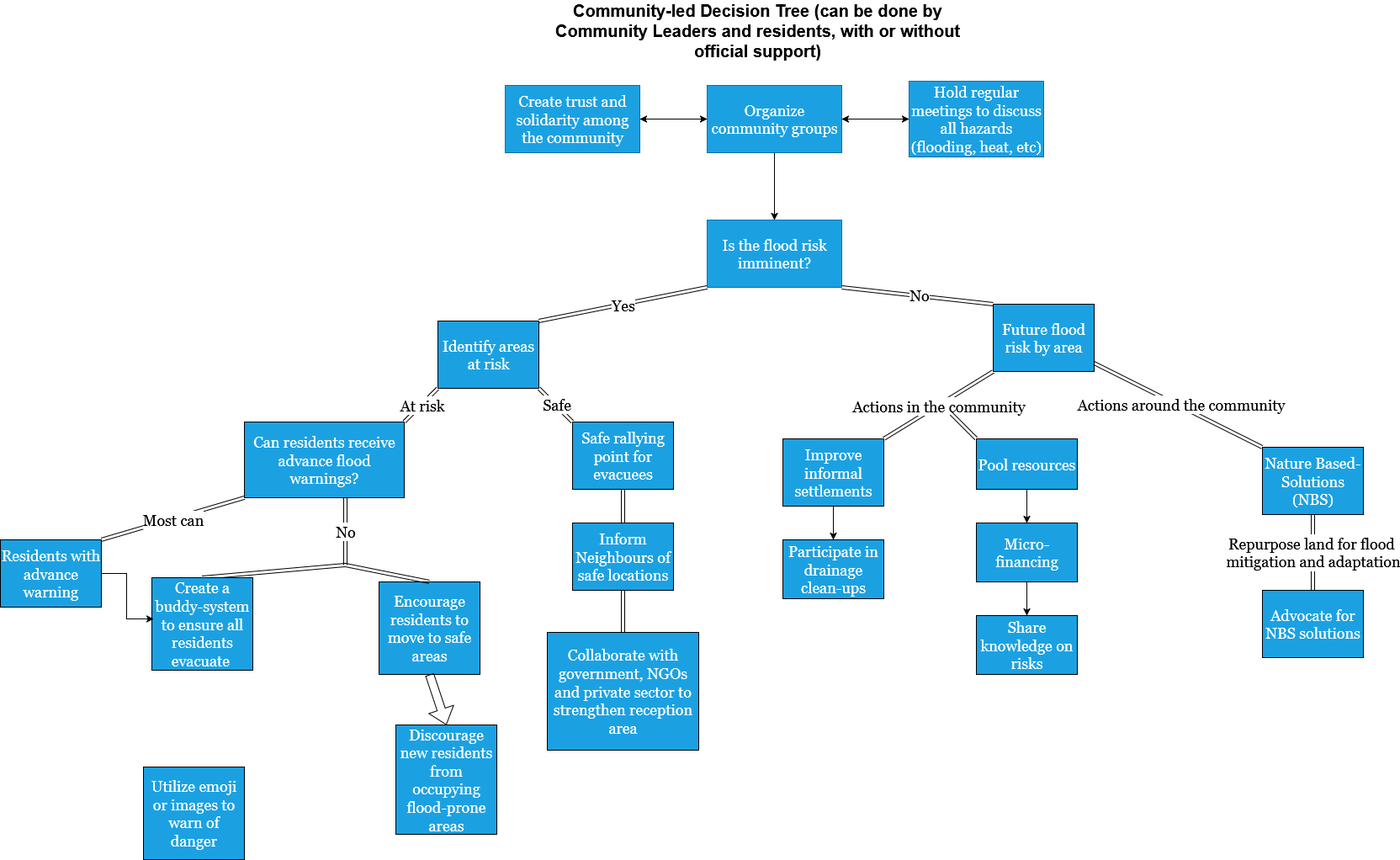
This is 5_results/team_maplebyte/public/flood_decision_trees_community_led.drawio.png from NickKellett/hackathon-g20-drr, a draw.io export, as it was before one commit. Source tidied: cells renumbered, new cells last; positions are measured from the earlier drawing's top-left corner, leaving out a move shared by most shapes.
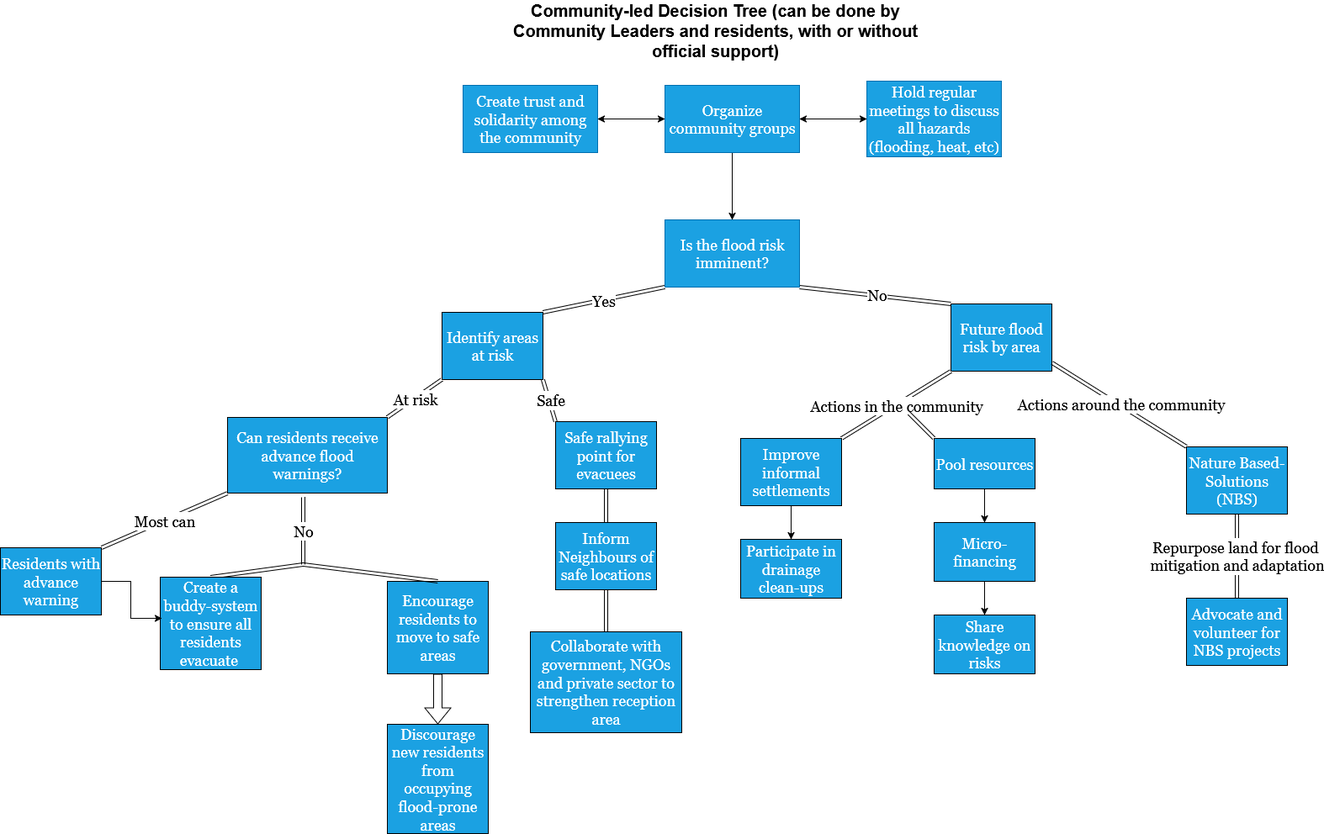
After the commit.

Commit message:
Update policy decision trees

The edit, as a diff of the source:
```diff
@@ -3,7 +3,7 @@
     <mxCell id="0" />
     <mxCell id="1" parent="0" />
     <mxCell id="2" value="Identify areas at risk" style="rounded=0;whiteSpace=wrap;html=1;fillColor=#1ba1e2;fontColor=#ffffff;strokeColor=default;fontFamily=Georgia;fontSize=18;" parent="1" vertex="1">
-      <mxGeometry x="520" y="360" width="120" height="80" as="geometry" />
+      <mxGeometry x="575" y="350" width="120" height="80" as="geometry" />
     </mxCell>
     <mxCell id="3" value="x" style="shape=link;html=1;rounded=0;entryX=0;entryY=1;entryDx=0;entryDy=0;exitX=1;exitY=0;exitDx=0;exitDy=0;fontFamily=Georgia;fontSize=18;" parent="1" edge="1" source="2" target="5">
       <mxGeometry relative="1" as="geometry" />
@@ -25,7 +25,7 @@
       </mxGeometry>
     </mxCell>
     <mxCell id="8" value="Can residents receive advance flood warnings?" style="rounded=0;whiteSpace=wrap;html=1;fillColor=#1ba1e2;fontColor=#ffffff;strokeColor=default;fontFamily=Georgia;fontSize=18;" parent="1" vertex="1">
-      <mxGeometry x="290" y="480" width="190" height="90" as="geometry" />
+      <mxGeometry x="320" y="475" width="190" height="90" as="geometry" />
     </mxCell>
     <mxCell id="9" value="x" style="shape=link;html=1;rounded=0;exitX=1;exitY=0;exitDx=0;exitDy=0;entryX=0;entryY=1;entryDx=0;entryDy=0;fontFamily=Georgia;fontSize=18;" parent="1" edge="1" source="8" target="2">
       <mxGeometry relative="1" as="geometry" />
@@ -44,7 +44,7 @@
       </mxGeometry>
     </mxCell>
     <mxCell id="13" value="Safe rallying point for evacuees" style="rounded=0;whiteSpace=wrap;html=1;fillColor=#1ba1e2;fontColor=#ffffff;strokeColor=default;fontFamily=Georgia;fontSize=18;" parent="1" vertex="1">
-      <mxGeometry x="680" y="480" width="120" height="80" as="geometry" />
+      <mxGeometry x="710" y="480" width="120" height="80" as="geometry" />
     </mxCell>
     <mxCell id="14" value="Future flood risk by area" style="rounded=0;whiteSpace=wrap;html=1;fillColor=#1ba1e2;fontColor=#ffffff;strokeColor=default;fontFamily=Georgia;fontSize=18;" parent="1" vertex="1">
       <mxGeometry x="1180" y="340" width="120" height="80" as="geometry" />
@@ -76,10 +76,10 @@
       </mxGeometry>
     </mxCell>
     <mxCell id="21" value="Nature Based-Solutions (NBS)" style="rounded=0;whiteSpace=wrap;html=1;fillColor=#1ba1e2;fontColor=#ffffff;strokeColor=default;fontFamily=Georgia;fontSize=18;" parent="1" vertex="1">
-      <mxGeometry x="1500" y="510" width="120" height="80" as="geometry" />
+      <mxGeometry x="1460" y="510" width="120" height="80" as="geometry" />
     </mxCell>
     <mxCell id="22" value="Residents with advance warning" style="rounded=0;whiteSpace=wrap;html=1;fillColor=#1ba1e2;fontColor=#ffffff;strokeColor=default;fontFamily=Georgia;fontSize=18;" parent="1" vertex="1">
-      <mxGeometry y="620" width="120" height="80" as="geometry" />
+      <mxGeometry x="50" y="630" width="120" height="80" as="geometry" />
     </mxCell>
     <mxCell id="23" style="shape=link;html=1;rounded=0;fontFamily=Georgia;fontSize=18;entryX=0;entryY=1;entryDx=0;entryDy=0;exitX=1;exitY=0;exitDx=0;exitDy=0;" parent="1" edge="1" source="22" target="8">
       <mxGeometry relative="1" as="geometry" />
@@ -89,8 +89,8 @@
         <mxPoint y="-1" as="offset" />
       </mxGeometry>
     </mxCell>
-    <mxCell id="25" value="Advocate for NBS solutions" style="rounded=0;whiteSpace=wrap;html=1;fillColor=#1ba1e2;fontColor=#ffffff;strokeColor=default;fontFamily=Georgia;fontSize=18;" parent="1" vertex="1">
-      <mxGeometry x="1500" y="680" width="120" height="80" as="geometry" />
+    <mxCell id="25" value="Advocate and volunteer for NBS projects" style="rounded=0;whiteSpace=wrap;html=1;fillColor=#1ba1e2;fontColor=#ffffff;strokeColor=default;fontFamily=Georgia;fontSize=18;" parent="1" vertex="1">
+      <mxGeometry x="1460" y="690" width="120" height="80" as="geometry" />
     </mxCell>
     <mxCell id="26" value="Repurpose land for flood&amp;nbsp;&lt;div&gt;mitigation and adaptation&lt;/div&gt;" style="shape=link;html=1;rounded=0;entryX=0.5;entryY=1;entryDx=0;entryDy=0;fontFamily=Georgia;fontSize=18;exitX=0.5;exitY=0;exitDx=0;exitDy=0;" parent="1" edge="1" source="25" target="21">
       <mxGeometry relative="1" as="geometry" />
@@ -99,22 +99,22 @@
       <mxGeometry relative="1" as="geometry" />
     </mxCell>
     <mxCell id="28" value="Inform Neighbours of safe locations" style="rounded=0;whiteSpace=wrap;html=1;fillColor=#1ba1e2;fontColor=#ffffff;strokeColor=default;fontFamily=Georgia;fontSize=18;" parent="1" vertex="1">
-      <mxGeometry x="680" y="600" width="120" height="80" as="geometry" />
+      <mxGeometry x="710" y="600" width="120" height="80" as="geometry" />
     </mxCell>
     <mxCell id="29" style="shape=link;html=1;rounded=0;entryX=0.5;entryY=1;entryDx=0;entryDy=0;fontFamily=Georgia;fontSize=18;exitX=0.5;exitY=0;exitDx=0;exitDy=0;" parent="1" edge="1" source="30" target="28">
       <mxGeometry relative="1" as="geometry" />
     </mxCell>
     <mxCell id="30" value="Collaborate with government, NGOs and private sector to strengthen reception area" style="rounded=0;whiteSpace=wrap;html=1;fillColor=#1ba1e2;fontColor=#ffffff;strokeColor=default;fontFamily=Georgia;fontSize=18;" parent="1" vertex="1">
-      <mxGeometry x="650" y="730" width="180" height="140" as="geometry" />
+      <mxGeometry x="680" y="730" width="180" height="120" as="geometry" />
     </mxCell>
     <mxCell id="31" value="Encourage residents to move to safe areas" style="rounded=0;whiteSpace=wrap;html=1;fillColor=#1ba1e2;fontColor=#ffffff;strokeColor=default;fontFamily=Georgia;fontSize=18;" parent="1" vertex="1">
-      <mxGeometry x="450" y="670" width="120" height="110" as="geometry" />
+      <mxGeometry x="510" y="670" width="120" height="110" as="geometry" />
     </mxCell>
     <mxCell id="32" style="shape=flexArrow;endArrow=classic;html=1;rounded=0;exitX=0.5;exitY=1;exitDx=0;exitDy=0;entryX=0.5;entryY=0;entryDx=0;entryDy=0;" parent="1" edge="1" source="31" target="33">
       <mxGeometry relative="1" as="geometry" />
     </mxCell>
     <mxCell id="33" value="Discourage new residents from occupying flood-prone areas" style="rounded=0;whiteSpace=wrap;html=1;fillColor=#1ba1e2;fontColor=#ffffff;strokeColor=default;fontFamily=Georgia;fontSize=18;" parent="1" vertex="1">
-      <mxGeometry x="470" y="840" width="120" height="130" as="geometry" />
+      <mxGeometry x="510" y="840" width="120" height="130" as="geometry" />
     </mxCell>
     <mxCell id="34" value="Participate in drainage clean-ups" style="rounded=0;whiteSpace=wrap;html=1;fillColor=#1ba1e2;fontColor=#ffffff;strokeColor=default;fontFamily=Georgia;fontSize=18;" parent="1" vertex="1">
       <mxGeometry x="930" y="620" width="120" height="70" as="geometry" />
@@ -145,7 +145,7 @@
       </mxGeometry>
     </mxCell>
     <mxCell id="41" value="Create a buddy-system to ensure all residents evacuate&amp;nbsp;" style="rounded=0;whiteSpace=wrap;html=1;fillColor=#1ba1e2;fontColor=#ffffff;strokeColor=default;fontFamily=Georgia;fontSize=18;" parent="1" vertex="1">
-      <mxGeometry x="180" y="665" width="120" height="110" as="geometry" />
+      <mxGeometry x="240" y="665" width="120" height="110" as="geometry" />
     </mxCell>
     <mxCell id="42" style="edgeStyle=orthogonalEdgeStyle;rounded=0;jettySize=auto;html=1;entryX=0.017;entryY=0.445;entryDx=0;entryDy=0;entryPerimeter=0;" parent="1" edge="1" source="22" target="41">
       <mxGeometry relative="1" as="geometry" />
@@ -153,9 +153,6 @@
     <mxCell id="43" value="&lt;font style=&quot;font-size: 18px;&quot;&gt;Hold regular meetings to discuss all hazards (flooding, heat, etc)&lt;/font&gt;" style="text;strokeColor=#006EAF;align=center;fillColor=#1ba1e2;html=1;verticalAlign=middle;whiteSpace=wrap;rounded=0;fontColor=#ffffff;fontFamily=Georgia;" parent="1" vertex="1">
       <mxGeometry x="1080" y="75" width="160" height="90" as="geometry" />
     </mxCell>
-    <mxCell id="44" value="Utilize emoji or images to warn of danger" style="rounded=0;whiteSpace=wrap;html=1;fillColor=#1ba1e2;fontColor=#ffffff;strokeColor=default;fontFamily=Georgia;fontSize=18;" parent="1" vertex="1">
-      <mxGeometry x="170" y="890" width="120" height="110" as="geometry" />
-    </mxCell>
     <mxCell id="45" style="edgeStyle=orthogonalEdgeStyle;rounded=0;jettySize=auto;html=1;" parent="1" edge="1" source="46" target="48">
       <mxGeometry relative="1" as="geometry" />
     </mxCell>
```
